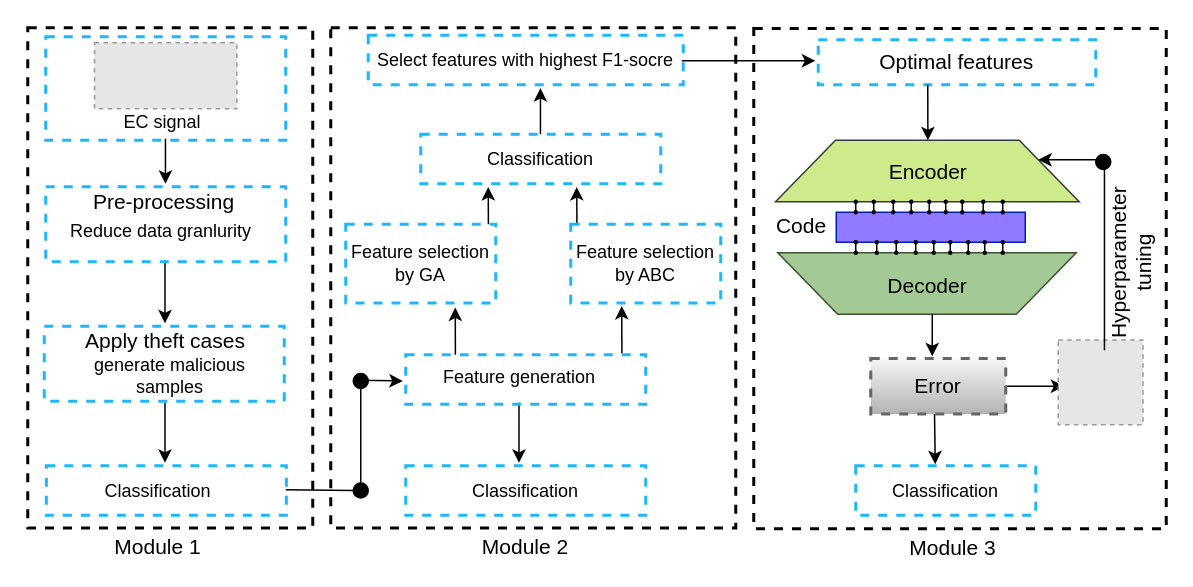
The draw.io diagram j2_systemModel.drawio in Faisalse/j1_smartgrid, before the edit. Source tidied: cells renumbered, new cells numbered last; positions are measured from the earlier drawing's top-left corner, leaving out a move shared by most shapes. Both pictures are drawn from the tidied source at 150%, with x=0, y=0 at pixel (27, 27). Pictures stored in the file or linked from it are replaced by grey dashed boxes.
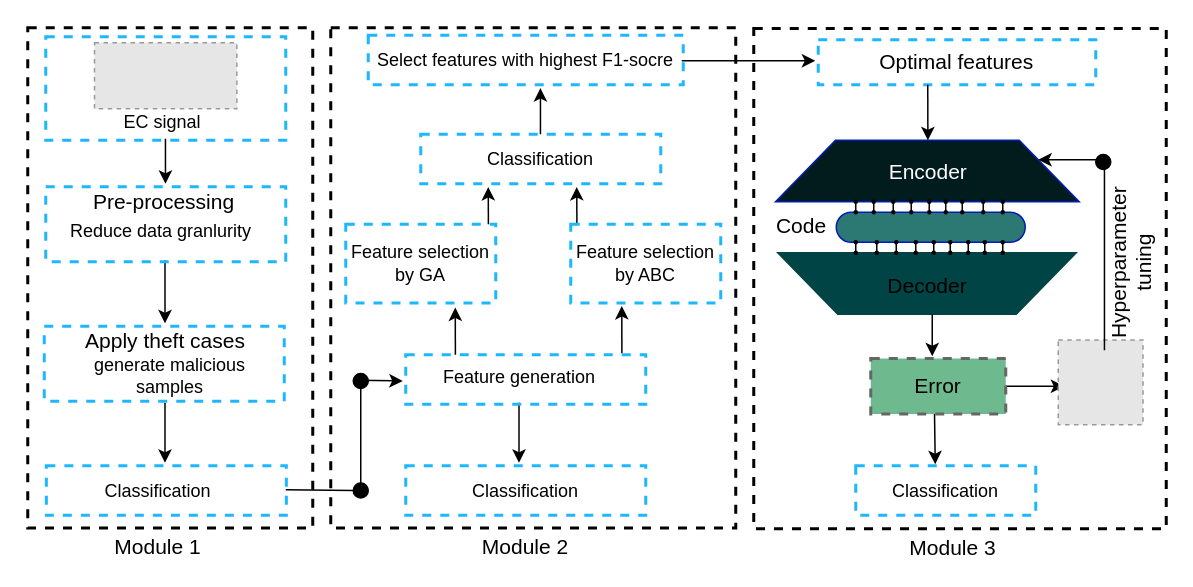
Above is the later version.

Diff of the diagram source:
```diff
@@
-    <mxCell id="64" value="&lt;font style=&quot;font-size: 14px&quot;&gt;Encoder&lt;/font&gt;" style="shape=trapezoid;perimeter=trapezoidPerimeter;whiteSpace=wrap;html=1;fixedSize=1;strokeColor=#36393d;strokeWidth=1;size=40;fillColor=#cdeb8b;" parent="1" vertex="1">
+    <mxCell id="64" value="&lt;font style=&quot;font-size: 14px&quot;&gt;Encoder&lt;/font&gt;" style="shape=trapezoid;perimeter=trapezoidPerimeter;whiteSpace=wrap;html=1;fixedSize=1;strokeColor=#001DBC;strokeWidth=1;size=40;fontColor=#ffffff;fillColor=#021C1E;" parent="1" vertex="1">
       <mxGeometry x="498.5" y="75" width="202.5" height="41" as="geometry" />
     </mxCell>
-    <mxCell id="65" style="shape=trapezoid;perimeter=trapezoidPerimeter;whiteSpace=wrap;html=1;fixedSize=1;strokeWidth=1;size=40;rotation=-180;fontColor=#ffffff;strokeColor=#3A5431;fillColor=#A3C995;" parent="1" vertex="1">
+    <mxCell id="65" style="shape=trapezoid;perimeter=trapezoidPerimeter;whiteSpace=wrap;html=1;fixedSize=1;strokeWidth=1;size=40;rotation=-180;fontColor=#ffffff;strokeColor=#004445;fillColor=#004445;" parent="1" vertex="1">
       <mxGeometry x="500" y="150" width="199" height="41" as="geometry" />
     </mxCell>
-    <mxCell id="66" style="rounded=0;whiteSpace=wrap;html=1;strokeColor=#001DBC;strokeWidth=1;fontColor=#ffffff;fillColor=#917AFF;" parent="1" vertex="1">
+    <mxCell id="66" style="rounded=1;whiteSpace=wrap;html=1;strokeColor=#001DBC;strokeWidth=1;fontColor=#ffffff;fillColor=#2C7873;arcSize=50;" parent="1" vertex="1">
       <mxGeometry x="539" y="123" width="126" height="20" as="geometry" />
     </mxCell>
@@
-    <mxCell id="70" value="&lt;font style=&quot;font-size: 14px&quot;&gt;Error&lt;/font&gt;" style="rounded=0;whiteSpace=wrap;html=1;dashed=1;strokeWidth=2;fillColor=#f5f5f5;strokeColor=#666666;gradientColor=#b3b3b3;" parent="1" vertex="1">
+    <mxCell id="70" value="&lt;font style=&quot;font-size: 14px&quot;&gt;Error&lt;/font&gt;" style="rounded=0;whiteSpace=wrap;html=1;dashed=1;strokeWidth=2;strokeColor=#666666;fillColor=#6FB98F;" parent="1" vertex="1">
       <mxGeometry x="562" y="220.5" width="90" height="37" as="geometry" />
     </mxCell>
```
